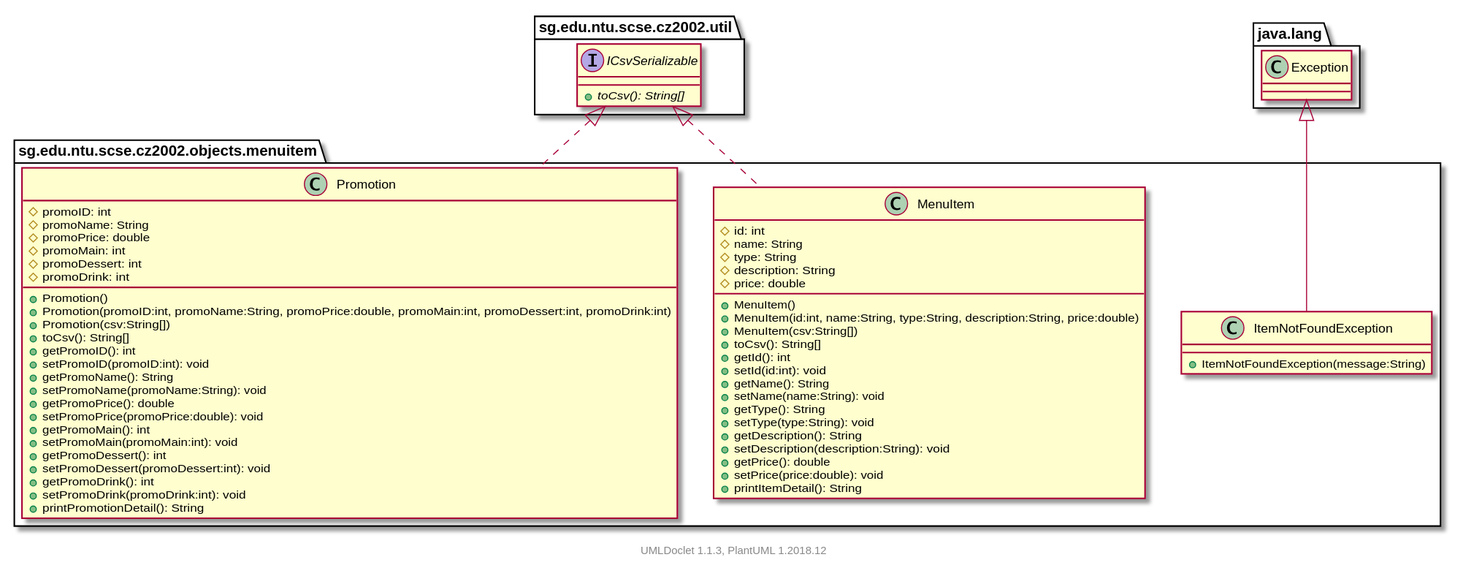
Above: projects/oodp/html/umlversion/uml/sg.edu.ntu.scse.cz2002.objects.menuitem.package.svg in itachi1706/How-to-use-Git-NTUSCSE1819-Site (PlantUML), before the change.
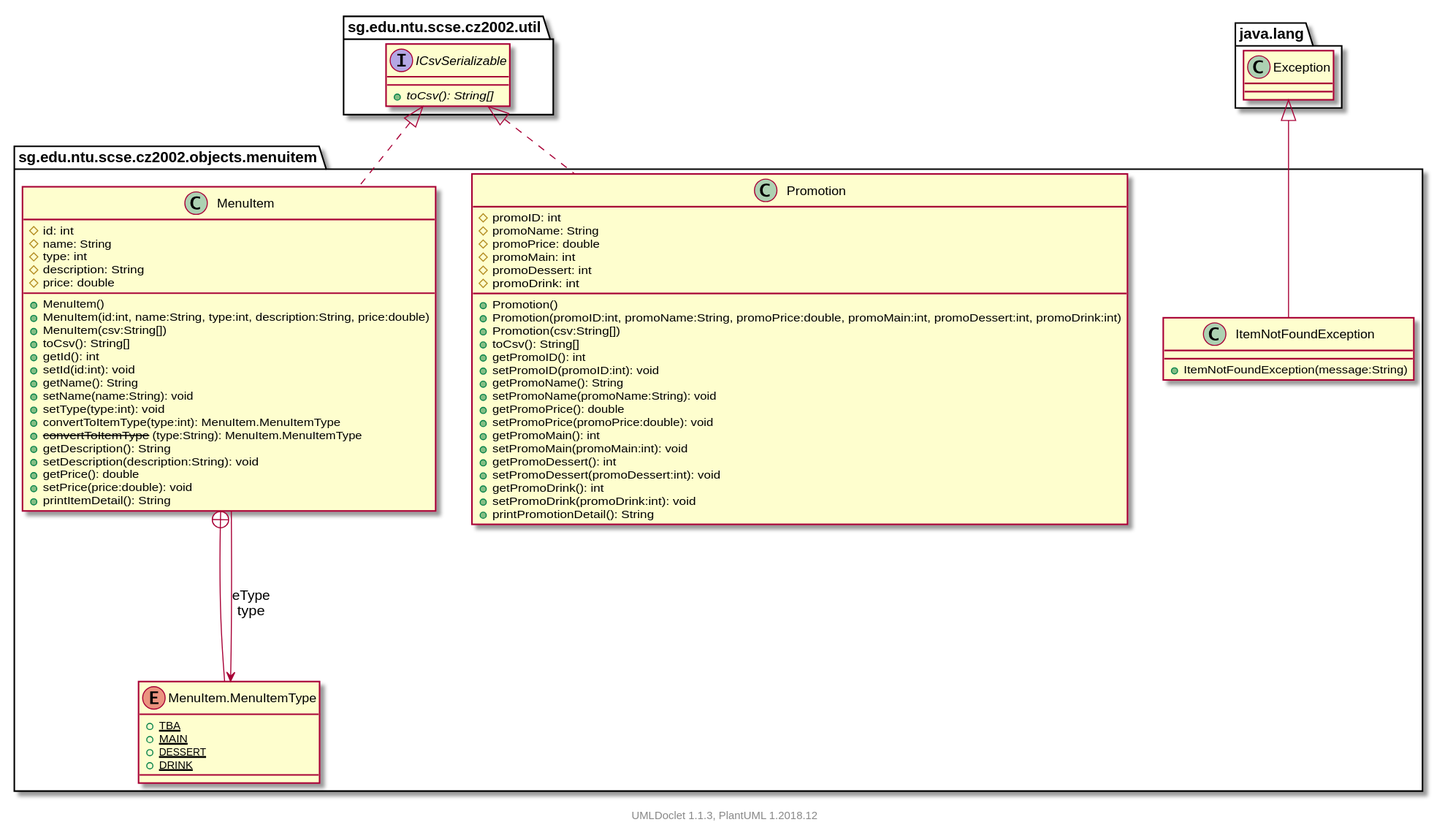
The same file after the commit.

Change to the diagram source:
```diff
@@ -5,24 +5,32 @@
         class MenuItem [[../sg/edu/ntu/scse/cz2002/objects/menuitem/MenuItem.html]] {
             #id: int
             #name: String
-            #type: String
+            #type: int
             #description: String
             #price: double
             +MenuItem()
-            +MenuItem(id:int, name:String, type:String, description:String, price:double)
+            +MenuItem(id:int, name:String, type:int, description:String, price:double)
             +MenuItem(csv:String[])
             +toCsv(): String[]
             +getId(): int
             +setId(id:int): void
             +getName(): String
             +setName(name:String): void
-            +getType(): String
-            +setType(type:String): void
+            +setType(type:int): void
+            +convertToItemType(type:int): MenuItem.MenuItemType
+            + --convertToItemType-- (type:String): MenuItem.MenuItemType
             +getDescription(): String
             +setDescription(description:String): void
             +getPrice(): double
             +setPrice(price:double): void
             +printItemDetail(): String
+        }
+
+        enum sg.edu.ntu.scse.cz2002.objects.menuitem.MenuItem.MenuItemType [[../sg/edu/ntu/scse/cz2002/objects/menuitem/MenuItem.MenuItemType.html]] {
+            {static} +TBA
+            {static} +MAIN
+            {static} +DESSERT
+            {static} +DRINK
         }
 
         class ItemNotFoundException [[../sg/edu/ntu/scse/cz2002/objects/menuitem/ItemNotFoundException.html]] {
@@ -60,10 +68,14 @@
         }
         sg.edu.ntu.scse.cz2002.util.ICsvSerializable <|.. MenuItem
 
+        MenuItem +-- sg.edu.ntu.scse.cz2002.objects.menuitem.MenuItem.MenuItemType
+
         class java.lang.Exception
         java.lang.Exception <|-- ItemNotFoundException
 
         sg.edu.ntu.scse.cz2002.util.ICsvSerializable <|.. Promotion
+
+        MenuItem --> sg.edu.ntu.scse.cz2002.objects.menuitem.MenuItem.MenuItemType: eType\ntype
 
     }
 
```
